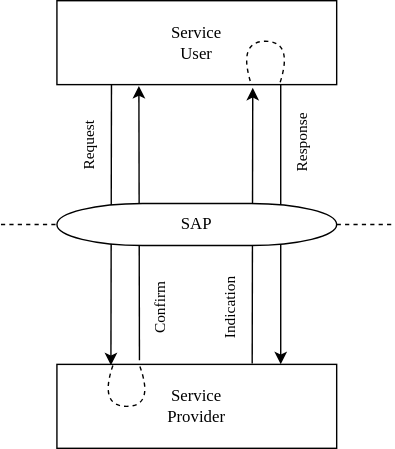
This is content/blog/tetra-intro-lower-mac/sap.drawio.svg from retsplines/blog, a draw.io export, as it was before one commit. Source tidied: cells renumbered, new cells last; positions are measured from the earlier drawing's top-left corner, leaving out a move shared by most shapes. The source it was exported from:
```xml
<mxGraphModel>
  <root>
    <mxCell id="0" />
    <mxCell id="1" parent="0" />
    <mxCell id="2" value="&lt;span style=&quot;text-align: left; font-family: Monaco; color: rgb(0, 0, 0);&quot;&gt;Service&lt;/span&gt;&lt;div&gt;&lt;span style=&quot;text-align: left; font-family: Monaco; color: rgb(0, 0, 0);&quot;&gt;Provider&lt;/span&gt;&lt;/div&gt;" style="whiteSpace=wrap;html=1;fillColor=none;strokeColor=light-dark(#000000,#FFFFFF);" parent="1" vertex="1">
      <mxGeometry x="40" y="260" width="200" height="60" as="geometry" />
    </mxCell>
    <mxCell id="3" value="&lt;span style=&quot;text-align: left; font-family: Monaco; color: rgb(0, 0, 0);&quot;&gt;Service&lt;/span&gt;&lt;div&gt;&lt;span style=&quot;text-align: left; font-family: Monaco; color: rgb(0, 0, 0);&quot;&gt;User&lt;/span&gt;&lt;/div&gt;" style="whiteSpace=wrap;html=1;fillColor=none;strokeColor=light-dark(#000000,#FFFFFF);" parent="1" vertex="1">
      <mxGeometry x="40" width="200" height="60" as="geometry" />
    </mxCell>
    <mxCell id="4" style="edgeStyle=none;jettySize=auto;html=1;endArrow=none;endFill=0;dashed=1;" parent="1" edge="1" source="14">
      <mxGeometry relative="1" as="geometry">
        <mxPoint x="280" y="160" as="targetPoint" />
      </mxGeometry>
    </mxCell>
    <mxCell id="5" style="edgeStyle=none;jettySize=auto;html=1;endArrow=none;endFill=0;dashed=1;" parent="1" edge="1" target="14">
      <mxGeometry relative="1" as="geometry">
        <mxPoint y="160" as="sourcePoint" />
      </mxGeometry>
    </mxCell>
    <mxCell id="6" style="edgeStyle=none;jettySize=auto;html=1;exitX=0.25;exitY=1;exitDx=0;exitDy=0;entryX=0.193;entryY=0.011;entryDx=0;entryDy=0;entryPerimeter=0;" parent="1" edge="1" target="2">
      <mxGeometry relative="1" as="geometry">
        <mxPoint x="79" y="60" as="sourcePoint" />
      </mxGeometry>
    </mxCell>
    <mxCell id="7" value="&lt;div style=&quot;text-align: left;&quot;&gt;&lt;span style=&quot;background-color: transparent; text-wrap-mode: wrap;&quot;&gt;&lt;font style=&quot;font-size: 11px;&quot; face=&quot;Monaco&quot;&gt;Request&lt;/font&gt;&lt;/span&gt;&lt;/div&gt;" style="text;html=1;align=center;verticalAlign=middle;strokeColor=none;fillColor=none;fontColor=light-dark(#000000,#FFFFFF);rotation=-90;" parent="1" vertex="1">
      <mxGeometry x="28" y="89" width="70" height="30" as="geometry" />
    </mxCell>
    <mxCell id="8" style="edgeStyle=none;jettySize=auto;html=1;entryX=0.35;entryY=-0.05;entryDx=0;entryDy=0;endArrow=none;endFill=0;startArrow=classic;startFill=1;entryPerimeter=0;exitX=0.293;exitY=1.015;exitDx=0;exitDy=0;exitPerimeter=0;" parent="1" edge="1" source="3">
      <mxGeometry relative="1" as="geometry">
        <mxPoint x="99" y="257" as="targetPoint" />
      </mxGeometry>
    </mxCell>
    <mxCell id="9" value="&lt;div style=&quot;text-align: left;&quot;&gt;&lt;span style=&quot;background-color: transparent; text-wrap-mode: wrap;&quot;&gt;&lt;font style=&quot;font-size: 11px;&quot; face=&quot;Monaco&quot;&gt;Confirm&lt;/font&gt;&lt;/span&gt;&lt;/div&gt;" style="text;html=1;align=center;verticalAlign=middle;strokeColor=none;fillColor=none;fontColor=light-dark(#000000,#FFFFFF);rotation=-90;" parent="1" vertex="1">
      <mxGeometry x="79" y="205" width="70" height="30" as="geometry" />
    </mxCell>
    <mxCell id="10" style="edgeStyle=none;jettySize=auto;html=1;entryX=0.648;entryY=-0.01;entryDx=0;entryDy=0;startArrow=classic;startFill=1;endArrow=none;endFill=0;entryPerimeter=0;exitX=0.7;exitY=1.038;exitDx=0;exitDy=0;exitPerimeter=0;" parent="1" edge="1" source="3">
      <mxGeometry relative="1" as="geometry">
        <mxPoint x="179.6" y="259.4" as="targetPoint" />
      </mxGeometry>
    </mxCell>
    <mxCell id="11" value="&lt;div style=&quot;text-align: left;&quot;&gt;&lt;span style=&quot;background-color: transparent; text-wrap-mode: wrap;&quot;&gt;&lt;font style=&quot;font-size: 11px;&quot; face=&quot;Monaco&quot;&gt;Indication&lt;/font&gt;&lt;/span&gt;&lt;/div&gt;" style="text;html=1;align=center;verticalAlign=middle;strokeColor=none;fillColor=none;fontColor=light-dark(#000000,#FFFFFF);rotation=-90;" parent="1" vertex="1">
      <mxGeometry x="119" y="205" width="90" height="30" as="geometry" />
    </mxCell>
    <mxCell id="12" style="edgeStyle=none;orthogonalLoop=1;jettySize=auto;html=1;endArrow=classic;endFill=1;startArrow=none;startFill=0;exitX=0.75;exitY=1;exitDx=0;exitDy=0;" parent="1" edge="1">
      <mxGeometry relative="1" as="geometry">
        <mxPoint x="200" y="60" as="sourcePoint" />
        <mxPoint x="200" y="260" as="targetPoint" />
      </mxGeometry>
    </mxCell>
    <mxCell id="13" value="&lt;div style=&quot;text-align: left;&quot;&gt;&lt;span style=&quot;background-color: transparent; text-wrap-mode: wrap;&quot;&gt;&lt;font style=&quot;font-size: 11px;&quot; face=&quot;Monaco&quot;&gt;Response&lt;/font&gt;&lt;/span&gt;&lt;/div&gt;" style="text;html=1;align=center;verticalAlign=middle;strokeColor=none;fillColor=none;fontColor=light-dark(#000000,#FFFFFF);rotation=-90;" parent="1" vertex="1">
      <mxGeometry x="175" y="87" width="80" height="30" as="geometry" />
    </mxCell>
    <mxCell id="14" value="&lt;div style=&quot;text-align: left;&quot;&gt;&lt;span style=&quot;background-color: transparent;&quot;&gt;&lt;font face=&quot;Monaco&quot;&gt;SAP&lt;/font&gt;&lt;/span&gt;&lt;/div&gt;" style="strokeWidth=1;html=1;shape=mxgraph.flowchart.terminator;whiteSpace=wrap;fillColor=light-dark(#FFFFFF,#878787);" parent="1" vertex="1">
      <mxGeometry x="40" y="145" width="200" height="30" as="geometry" />
    </mxCell>
    <mxCell id="15" style="edgeStyle=none;orthogonalLoop=1;jettySize=auto;html=1;curved=1;endArrow=none;endFill=0;exitX=0.2;exitY=0.013;exitDx=0;exitDy=0;exitPerimeter=0;entryX=0.294;entryY=0;entryDx=0;entryDy=0;entryPerimeter=0;dashed=1;" parent="1" edge="1" source="2" target="2">
      <mxGeometry relative="1" as="geometry">
        <Array as="points">
          <mxPoint x="70" y="290" />
          <mxPoint x="110" y="290" />
        </Array>
      </mxGeometry>
    </mxCell>
    <mxCell id="16" style="edgeStyle=none;jettySize=auto;html=1;curved=1;endArrow=none;endFill=0;exitX=0.798;exitY=0.972;exitDx=0;exitDy=0;exitPerimeter=0;entryX=0.294;entryY=0;entryDx=0;entryDy=0;entryPerimeter=0;dashed=1;" parent="1" edge="1" source="3">
      <mxGeometry relative="1" as="geometry">
        <mxPoint x="179" y="60" as="targetPoint" />
        <Array as="points">
          <mxPoint x="209" y="29" />
          <mxPoint x="169" y="29" />
        </Array>
      </mxGeometry>
    </mxCell>
  </root>
</mxGraphModel>
```
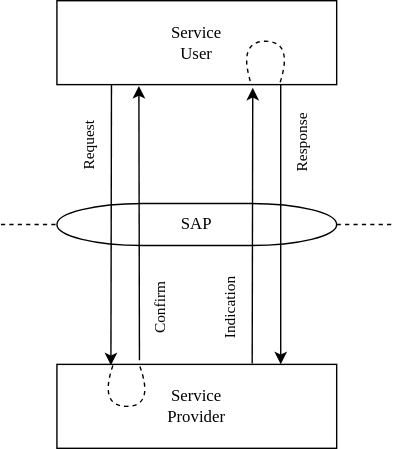
After the change.

What changed in the source:
```diff
@@ -51,7 +51,7 @@
     <mxCell id="13" value="&lt;div style=&quot;text-align: left;&quot;&gt;&lt;span style=&quot;background-color: transparent; text-wrap-mode: wrap;&quot;&gt;&lt;font style=&quot;font-size: 11px;&quot; face=&quot;Monaco&quot;&gt;Response&lt;/font&gt;&lt;/span&gt;&lt;/div&gt;" style="text;html=1;align=center;verticalAlign=middle;strokeColor=none;fillColor=none;fontColor=light-dark(#000000,#FFFFFF);rotation=-90;" parent="1" vertex="1">
       <mxGeometry x="175" y="87" width="80" height="30" as="geometry" />
     </mxCell>
-    <mxCell id="14" value="&lt;div style=&quot;text-align: left;&quot;&gt;&lt;span style=&quot;background-color: transparent;&quot;&gt;&lt;font face=&quot;Monaco&quot;&gt;SAP&lt;/font&gt;&lt;/span&gt;&lt;/div&gt;" style="strokeWidth=1;html=1;shape=mxgraph.flowchart.terminator;whiteSpace=wrap;fillColor=light-dark(#FFFFFF,#878787);" parent="1" vertex="1">
+    <mxCell id="14" value="&lt;div style=&quot;text-align: left;&quot;&gt;&lt;span style=&quot;background-color: transparent;&quot;&gt;&lt;font face=&quot;Monaco&quot;&gt;SAP&lt;/font&gt;&lt;/span&gt;&lt;/div&gt;" style="strokeWidth=1;html=1;shape=mxgraph.flowchart.terminator;whiteSpace=wrap;fillColor=none;" parent="1" vertex="1">
       <mxGeometry x="40" y="145" width="200" height="30" as="geometry" />
     </mxCell>
     <mxCell id="15" style="edgeStyle=none;orthogonalLoop=1;jettySize=auto;html=1;curved=1;endArrow=none;endFill=0;exitX=0.2;exitY=0.013;exitDx=0;exitDy=0;exitPerimeter=0;entryX=0.294;entryY=0;entryDx=0;entryDy=0;entryPerimeter=0;dashed=1;" parent="1" edge="1" source="2" target="2">
```
